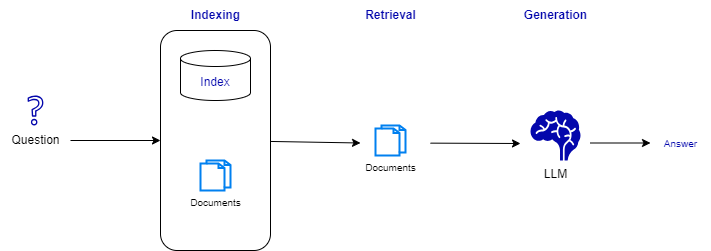
The draw.io diagram docs/genAI/diagrams/rag_3_stages.drawio.png in jbcodeforce/ML-studies, before a commit. Source tidied: cells renumbered, new cells last; positions are measured from the earlier drawing's top-left corner, leaving out a move shared by most shapes.
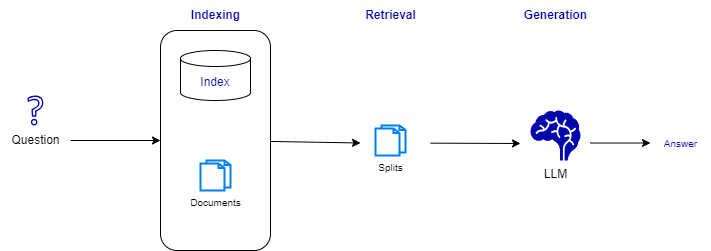
After the commit.

What changed in the source:
```diff
@@ -20,8 +20,10 @@
     <mxCell id="6" style="sketch=0;fontColor=#232F3E;gradientColor=none;fillColor=#0407AC;strokeColor=none;dashed=0;verticalLabelPosition=bottom;verticalAlign=top;align=center;html=1;fontSize=12;fontStyle=0;shape=mxgraph.aws4.question;" parent="1" vertex="1">
       <mxGeometry x="27.1" y="95" width="15.8" height="30" as="geometry" />
     </mxCell>
-    <mxCell id="7" style="edgeStyle=none;html=1;entryX=0;entryY=0.5;entryDx=0;entryDy=0;fontSize=10;fontColor=#0407AC;" parent="1" edge="1" source="8" target="14">
-      <mxGeometry relative="1" as="geometry" />
+    <mxCell id="7" style="edgeStyle=none;html=1;entryX=0;entryY=0.5;entryDx=0;entryDy=0;fontSize=10;fontColor=#0407AC;" parent="1" edge="1" source="8">
+      <mxGeometry relative="1" as="geometry">
+        <mxPoint x="360" y="142.5" as="targetPoint" />
+      </mxGeometry>
     </mxCell>
     <mxCell id="8" style="rounded=1;whiteSpace=wrap;html=1;fillColor=none;fontColor=#0407AC;fontStyle=1;verticalAlign=top;" parent="1" vertex="1">
       <mxGeometry x="160" y="30" width="110" height="220" as="geometry" />
@@ -35,17 +37,15 @@
     <mxCell id="11" value="Answer" style="text;html=1;align=center;verticalAlign=middle;strokeColor=none;fillColor=none;fontSize=10;fontColor=#0407AC;" parent="1" vertex="1">
       <mxGeometry x="650" y="127.5" width="60" height="30" as="geometry" />
     </mxCell>
-    <mxCell id="12" value="Documents" style="html=1;verticalLabelPosition=bottom;align=center;labelBackgroundColor=#ffffff;verticalAlign=top;strokeWidth=2;strokeColor=#0080F0;shadow=0;dashed=0;shape=mxgraph.ios7.icons.documents;fontSize=10;" parent="1" vertex="1">
+    <mxCell id="12" value="Splits" style="html=1;verticalLabelPosition=bottom;align=center;labelBackgroundColor=#ffffff;verticalAlign=top;strokeWidth=2;strokeColor=#0080F0;shadow=0;dashed=0;shape=mxgraph.ios7.icons.documents;fontSize=10;" parent="1" vertex="1">
       <mxGeometry x="375" y="125" width="30" height="30" as="geometry" />
     </mxCell>
-    <mxCell id="13" style="edgeStyle=none;html=1;fontSize=10;fontColor=#0407AC;" parent="1" edge="1" source="14">
+    <mxCell id="13" style="edgeStyle=none;html=1;fontSize=10;fontColor=#0407AC;" parent="1" edge="1">
       <mxGeometry relative="1" as="geometry">
+        <mxPoint x="430" y="142.6" as="sourcePoint" />
         <mxPoint x="520" y="143" as="targetPoint" />
       </mxGeometry>
     </mxCell>
-    <mxCell id="14" style="rounded=1;whiteSpace=wrap;html=1;fontSize=10;fontColor=#0407AC;fillColor=none;strokeColor=none;" parent="1" vertex="1">
-      <mxGeometry x="360" y="105" width="70" height="75" as="geometry" />
-    </mxCell>
     <mxCell id="15" value="&lt;font style=&quot;font-size: 12px;&quot;&gt;&lt;b&gt;Indexing&lt;/b&gt;&lt;/font&gt;" style="text;html=1;align=center;verticalAlign=middle;strokeColor=none;fillColor=none;fontSize=10;fontColor=#0407AC;" parent="1" vertex="1">
       <mxGeometry x="180" width="70" height="30" as="geometry" />
     </mxCell>
```
